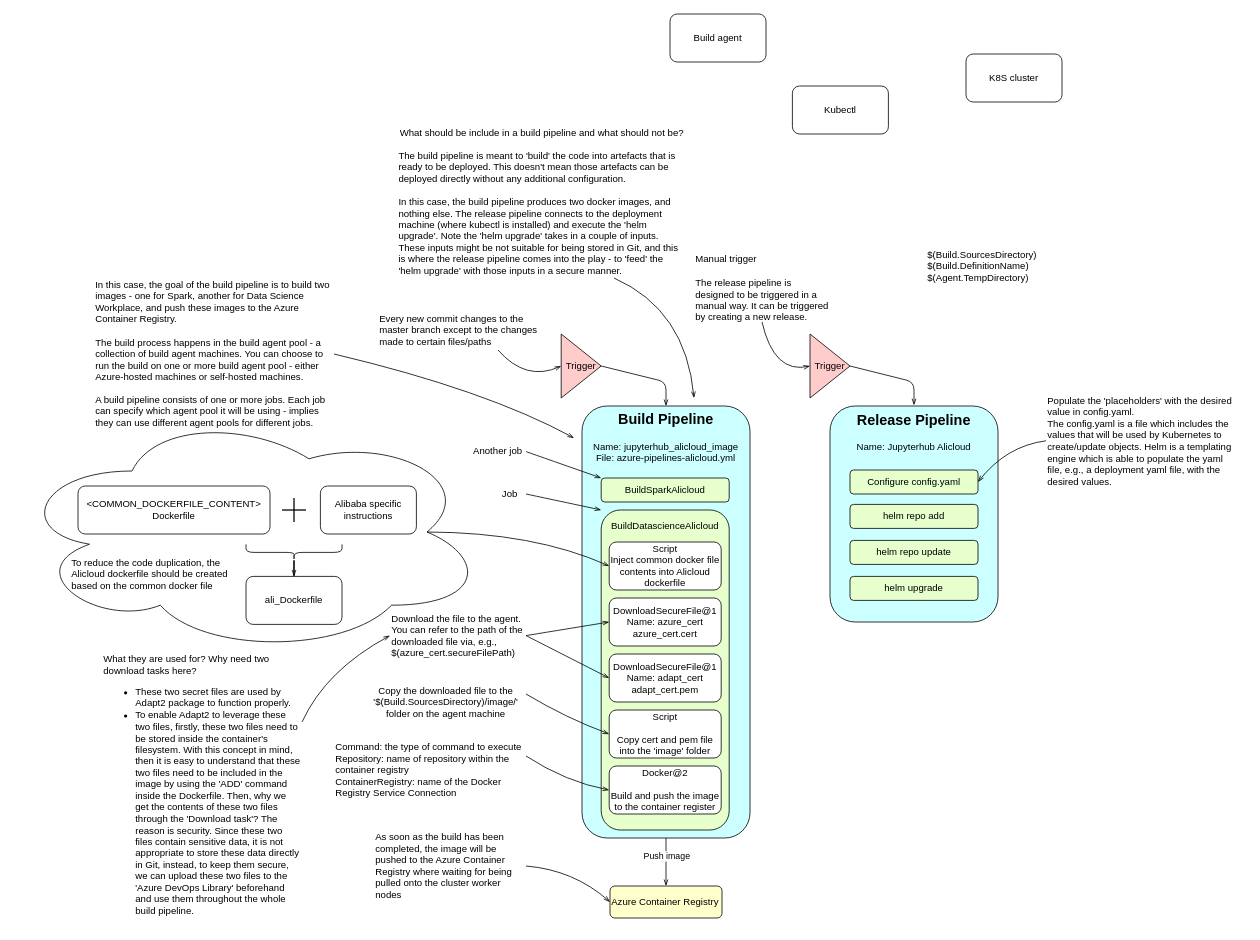
Earlier version of the draw.io diagram azuredevops.drawio (huangdgm/webstore-v2.0). Source tidied: cells renumbered, new cells numbered last; positions are measured from the earlier drawing's top-left corner, leaving out a move shared by most shapes. Both pictures are drawn from the tidied source at 80%, with x=0, y=0 at pixel (14, 14).
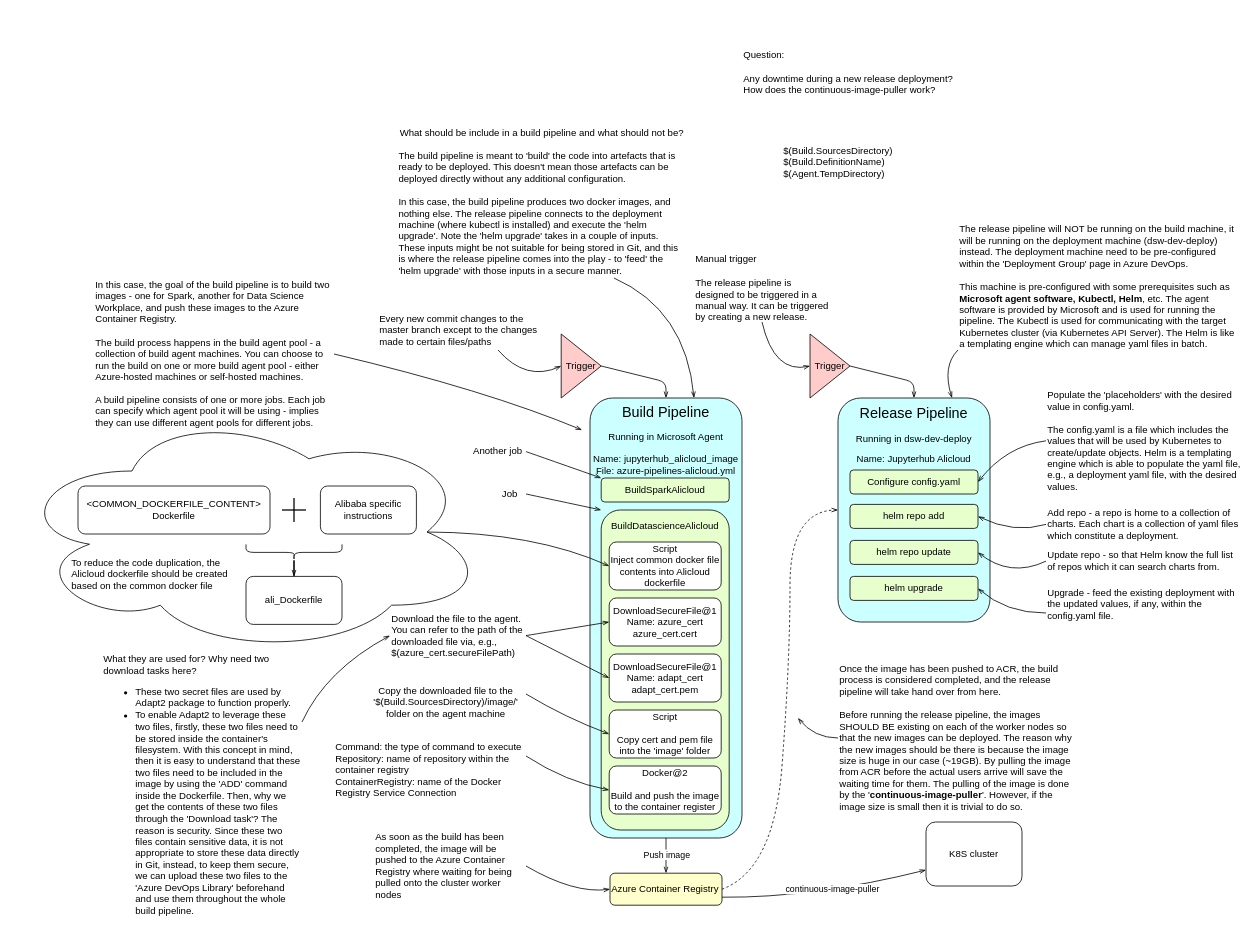
Above is the later version.

The change refers to these unchanged cells:
```xml
<mxCell id="9" style="edgeStyle=orthogonalEdgeStyle;rounded=0;jettySize=auto;html=1;endArrow=openThin;endFill=0;" parent="1" edge="1" source="11" target="18">
  <mxGeometry relative="1" as="geometry" />
</mxCell>
<mxCell id="45" value="In this case, the goal of the build pipeline is to build two images - one for Spark, another for Data Science Workplace, and push these images to the Azure Container Registry.&lt;br&gt;&lt;br&gt;The build process happens in the build agent pool - a collection of build agent machines. You can choose to run the build on one or more build agent pool - either Azure-hosted machines or self-hosted machines.&lt;br&gt;&lt;br&gt;A build pipeline consists of one or more jobs. Each job can specify which agent pool it will be using - implies they can use different agent pools for different jobs." style="text;html=1;strokeColor=none;fillColor=none;align=left;verticalAlign=middle;whiteSpace=wrap;rounded=0;" parent="1" vertex="1">
  <mxGeometry x="100" y="330" width="300" height="190" as="geometry" />
</mxCell>
<mxCell id="47" value="As soon as the build has been completed, the image will be pushed to the Azure Container Registry where waiting for being pulled onto the cluster worker nodes" style="text;html=1;strokeColor=none;fillColor=none;align=left;verticalAlign=middle;whiteSpace=wrap;rounded=0;" parent="1" vertex="1">
  <mxGeometry x="450" y="1020" width="190" height="90" as="geometry" />
</mxCell>
<mxCell id="54" value="helm repo add" style="rounded=1;whiteSpace=wrap;html=1;fillColor=#E6FFCC;" parent="1" vertex="1">
  <mxGeometry x="1045" y="613" width="160" height="30" as="geometry" />
</mxCell>
<mxCell id="55" value="helm repo update" style="rounded=1;whiteSpace=wrap;html=1;fillColor=#E6FFCC;" parent="1" vertex="1">
  <mxGeometry x="1045" y="658" width="160" height="30" as="geometry" />
</mxCell>
<mxCell id="56" value="helm upgrade" style="rounded=1;whiteSpace=wrap;html=1;fillColor=#E6FFCC;" parent="1" vertex="1">
  <mxGeometry x="1045" y="703" width="160" height="30" as="geometry" />
</mxCell>
<mxCell id="59" value="Trigger" style="triangle;whiteSpace=wrap;html=1;fillColor=#FFCCCC;" parent="1" vertex="1">
  <mxGeometry x="995" y="400" width="50" height="80" as="geometry" />
</mxCell>
```

Diff of the diagram source:
```diff
@@
     <mxCell id="10" value="Push image" style="edgeLabel;html=1;align=center;verticalAlign=middle;" parent="9" vertex="1">
       <mxGeometry x="0.24" y="1" relative="1" as="geometry">
-        <mxPoint x="-1" y="-14.1" as="offset" />
+        <mxPoint x="-1" y="-7" as="offset" />
       </mxGeometry>
     </mxCell>
     <mxCell id="11" style="rounded=1;whiteSpace=wrap;html=1;fillColor=#CCFFFF;" parent="1" vertex="1">
-      <mxGeometry x="710" y="490" width="210" height="540" as="geometry" />
+      <mxGeometry x="720" y="480" width="190" height="550" as="geometry" />
     </mxCell>
-    <mxCell id="12" value="&lt;h2&gt;Build Pipeline&lt;/h2&gt;Name: jupyterhub_alicloud_image&lt;br&gt;File:&amp;nbsp;azure-pipelines-alicloud.yml" style="text;html=1;strokeColor=none;fillColor=none;align=center;verticalAlign=middle;whiteSpace=wrap;rounded=0;" parent="1" vertex="1">
-      <mxGeometry x="720" y="507" width="190" height="30" as="geometry" />
+    <mxCell id="12" value="&lt;p&gt;&lt;font style=&quot;font-size: 18px&quot;&gt;Build Pipeline&lt;/font&gt;&lt;/p&gt;&lt;div&gt;Running in Microsoft Agent&lt;/div&gt;&lt;div&gt;&lt;br&gt;&lt;/div&gt;Name: jupyterhub_alicloud_image&lt;br&gt;File:&amp;nbsp;azure-pipelines-alicloud.yml" style="text;html=1;strokeColor=none;fillColor=none;align=center;verticalAlign=middle;whiteSpace=wrap;rounded=0;" parent="1" vertex="1">
+      <mxGeometry x="720" y="480" width="190" height="93" as="geometry" />
     </mxCell>
     <mxCell id="13" style="rounded=1;whiteSpace=wrap;html=1;fillColor=#CCFFFF;" parent="1" vertex="1">
-      <mxGeometry x="1020" y="490" width="210" height="270" as="geometry" />
+      <mxGeometry x="1030" y="480" width="190" height="280" as="geometry" />
     </mxCell>
-    <mxCell id="14" value="&lt;h2&gt;Release Pipeline&lt;/h2&gt;Name: Jupyterhub Alicloud" style="text;html=1;strokeColor=none;fillColor=none;align=center;verticalAlign=middle;whiteSpace=wrap;rounded=0;" parent="1" vertex="1">
-      <mxGeometry x="1045" y="497" width="160" height="35" as="geometry" />
+    <mxCell id="14" value="&lt;p&gt;&lt;font style=&quot;font-size: 18px&quot;&gt;Release Pipeline&lt;/font&gt;&lt;/p&gt;&lt;p&gt;&lt;font style=&quot;font-size: 12px&quot;&gt;Running in dsw-dev-deploy&lt;/font&gt;&lt;/p&gt;&lt;p&gt;Name: Jupyterhub Alicloud&lt;/p&gt;" style="text;html=1;strokeColor=none;fillColor=none;align=center;verticalAlign=middle;whiteSpace=wrap;rounded=0;" parent="1" vertex="1">
+      <mxGeometry x="1045" y="490" width="160" height="73" as="geometry" />
     </mxCell>
-    <mxCell id="15" value="Build agent" style="rounded=1;whiteSpace=wrap;html=1;" parent="1" vertex="1">
-      <mxGeometry x="820" width="120" height="60" as="geometry" />
-    </mxCell>
-    <mxCell id="16" value="K8S cluster" style="rounded=1;whiteSpace=wrap;html=1;" parent="1" vertex="1">
-      <mxGeometry x="1190" y="50" width="120" height="60" as="geometry" />
-    </mxCell>
-    <mxCell id="17" value="Kubectl" style="rounded=1;whiteSpace=wrap;html=1;" parent="1" vertex="1">
-      <mxGeometry x="973" y="90" width="120" height="60" as="geometry" />
-    </mxCell>
     <mxCell id="18" value="Azure Container Registry" style="rounded=1;whiteSpace=wrap;html=1;align=left;fillColor=#FFFFCC;" parent="1" vertex="1">
-      <mxGeometry x="745" y="1090" width="140" height="40" as="geometry" />
+      <mxGeometry x="745" y="1074" width="140" height="40" as="geometry" />
     </mxCell>
     <mxCell id="19" value="$(Build.SourcesDirectory)&lt;br&gt;$(Build.DefinitionName)&lt;br&gt;$(Agent.TempDirectory)" style="text;html=1;strokeColor=none;fillColor=none;align=left;verticalAlign=middle;whiteSpace=wrap;rounded=0;" parent="1" vertex="1">
-      <mxGeometry x="1140" y="240" width="160" height="150" as="geometry" />
+      <mxGeometry x="960" y="160" width="160" height="50" as="geometry" />
     </mxCell>
@@
     <mxCell id="46" style="curved=1;endArrow=openThin;html=1;exitX=1;exitY=0.5;exitDx=0;exitDy=0;endFill=0;" parent="1" edge="1" source="45">
       <mxGeometry relative="1" as="geometry">
-        <mxPoint x="700" y="530" as="targetPoint" />
+        <mxPoint x="710" y="520" as="targetPoint" />
         <Array as="points">
           <mxPoint x="590" y="470" />
         </Array>
       </mxGeometry>
     </mxCell>
@@
     <mxCell id="48" style="curved=1;endArrow=openThin;html=1;exitX=1;exitY=0.5;exitDx=0;exitDy=0;entryX=0;entryY=0.5;entryDx=0;entryDy=0;endFill=0;" parent="1" edge="1" source="47" target="18">
       <mxGeometry relative="1" as="geometry">
         <Array as="points">
-          <mxPoint x="700" y="1070" />
+          <mxPoint x="700" y="1100" />
         </Array>
       </mxGeometry>
     </mxCell>
@@
-    <mxCell id="57" value="Populate the 'placeholders' with the desired value in config.yaml.&lt;br&gt;The config.yaml is a file which includes the values that will be used by Kubernetes to create/update objects. Helm is a templating engine which is able to populate the yaml file, e.g., a deployment yaml file, with the desired values." style="text;html=1;strokeColor=none;fillColor=none;align=left;verticalAlign=middle;whiteSpace=wrap;rounded=0;" parent="1" vertex="1">
-      <mxGeometry x="1290" y="467" width="240" height="133" as="geometry" />
+    <mxCell id="57" value="Populate the 'placeholders' with the desired value in config.yaml.&lt;br&gt;&lt;br&gt;The config.yaml is a file which includes the values that will be used by Kubernetes to create/update objects. Helm is a templating engine which is able to populate the yaml file, e.g., a deployment yaml file, with the desired values." style="text;html=1;strokeColor=none;fillColor=none;align=left;verticalAlign=middle;whiteSpace=wrap;rounded=0;" parent="1" vertex="1">
+      <mxGeometry x="1290" y="467" width="250" height="133" as="geometry" />
     </mxCell>
@@
     <mxCell id="60" style="endArrow=openThin;html=1;exitX=1;exitY=0.5;exitDx=0;exitDy=0;endFill=0;" parent="1" edge="1" source="59">
       <mxGeometry relative="1" as="geometry">
-        <mxPoint x="1125" y="489" as="targetPoint" />
+        <mxPoint x="1125" y="480" as="targetPoint" />
         <Array as="points">
           <mxPoint x="1125" y="460" />
         </Array>
       </mxGeometry>
     </mxCell>
@@
+    <mxCell id="63" value="The release pipeline will NOT be running on the build machine, it will be running on the deployment machine (dsw-dev-deploy) instead. The deployment machine need to be pre-configured within the 'Deployment Group' page in Azure DevOps.&lt;br&gt;&lt;br&gt;This machine is pre-configured with some prerequisites such as &lt;b&gt;Microsoft agent software, Kubectl, Helm&lt;/b&gt;, etc. The agent software is provided by Microsoft and is used for running the pipeline. The Kubectl is used for communicating with the target Kubernetes cluster (via Kubernetes API Server). The Helm is like a templating engine which can manage yaml files in batch." style="text;html=1;strokeColor=none;fillColor=none;align=left;verticalAlign=middle;whiteSpace=wrap;rounded=0;" parent="1" vertex="1">
+      <mxGeometry x="1180" y="262" width="350" height="158" as="geometry" />
+    </mxCell>
+    <mxCell id="64" style="curved=1;endArrow=openThin;html=1;exitX=0;exitY=1;exitDx=0;exitDy=0;entryX=0.75;entryY=0;entryDx=0;entryDy=0;endFill=0;" parent="1" edge="1" source="63" target="13">
+      <mxGeometry relative="1" as="geometry">
+        <Array as="points">
+          <mxPoint x="1160" y="440" />
+        </Array>
+      </mxGeometry>
+    </mxCell>
+    <mxCell id="65" style="curved=1;endArrow=openThin;html=1;exitX=1;exitY=0.5;exitDx=0;exitDy=0;entryX=0;entryY=0.5;entryDx=0;entryDy=0;endFill=0;dashed=1;" parent="1" edge="1" source="18" target="13">
+      <mxGeometry relative="1" as="geometry">
+        <Array as="points">
+          <mxPoint x="950" y="1070" />
+          <mxPoint x="970" y="810" />
+          <mxPoint x="970" y="620" />
+        </Array>
+      </mxGeometry>
+    </mxCell>
+    <mxCell id="66" value="Once the image has been pushed to ACR, the build process is considered completed, and the release pipeline will take hand over from here.&lt;br&gt;&lt;br&gt;Before running the release pipeline, the images SHOULD BE existing on each of the worker nodes so that the new images can be deployed. The reason why the new images should be there is because the image size is huge in our case (~19GB). By pulling the image from ACR before the actual users arrive will save the waiting time for them. The pulling of the image is done by the '&lt;b&gt;continuous-image-puller&lt;/b&gt;'. However, if the image size is small then it is trivial to do so." style="text;html=1;strokeColor=none;fillColor=none;align=left;verticalAlign=middle;whiteSpace=wrap;rounded=0;" parent="1" vertex="1">
+      <mxGeometry x="1030" y="810" width="300" height="190" as="geometry" />
+    </mxCell>
+    <mxCell id="67" style="curved=1;endArrow=openThin;html=1;exitX=0;exitY=0.5;exitDx=0;exitDy=0;endFill=0;" parent="1" edge="1" source="66">
+      <mxGeometry relative="1" as="geometry">
+        <mxPoint x="980" y="880" as="targetPoint" />
+        <Array as="points">
+          <mxPoint x="1000" y="905" />
+        </Array>
+      </mxGeometry>
+    </mxCell>
+    <mxCell id="68" value="Add repo - a repo is home to a collection of charts. Each chart is a collection of yaml files which constitute a deployment.&amp;nbsp;" style="text;html=1;strokeColor=none;fillColor=none;align=left;verticalAlign=middle;whiteSpace=wrap;rounded=0;" parent="1" vertex="1">
+      <mxGeometry x="1290" y="612" width="250" height="52" as="geometry" />
+    </mxCell>
+    <mxCell id="69" style="endArrow=openThin;html=1;exitX=0;exitY=0.5;exitDx=0;exitDy=0;entryX=1;entryY=0.5;entryDx=0;entryDy=0;curved=1;endFill=0;" parent="1" edge="1" source="68" target="54">
+      <mxGeometry relative="1" as="geometry">
+        <Array as="points">
+          <mxPoint x="1250" y="650" />
+        </Array>
+      </mxGeometry>
+    </mxCell>
+    <mxCell id="70" value="Update repo - so that Helm know the full list of repos which it can search charts from." style="text;html=1;strokeColor=none;fillColor=none;align=left;verticalAlign=middle;whiteSpace=wrap;rounded=0;" parent="1" vertex="1">
+      <mxGeometry x="1290" y="668" width="240" height="32" as="geometry" />
+    </mxCell>
+    <mxCell id="71" style="endArrow=openThin;html=1;exitX=0;exitY=0.5;exitDx=0;exitDy=0;entryX=1;entryY=0.5;entryDx=0;entryDy=0;curved=1;endFill=0;" parent="1" edge="1" source="70" target="55">
+      <mxGeometry relative="1" as="geometry">
+        <Array as="points">
+          <mxPoint x="1245" y="705" />
+        </Array>
+      </mxGeometry>
+    </mxCell>
+    <mxCell id="72" value="Upgrade - feed the existing deployment with the updated values, if any, within the config.yaml file." style="text;html=1;strokeColor=none;fillColor=none;align=left;verticalAlign=middle;whiteSpace=wrap;rounded=0;" parent="1" vertex="1">
+      <mxGeometry x="1290" y="715" width="250" height="45" as="geometry" />
+    </mxCell>
+    <mxCell id="73" value="Question:&lt;br&gt;&lt;br&gt;Any downtime during a new release deployment?&lt;br&gt;How does the continuous-image-puller work?" style="text;html=1;strokeColor=none;fillColor=none;align=left;verticalAlign=middle;whiteSpace=wrap;rounded=0;" parent="1" vertex="1">
+      <mxGeometry x="910" y="40" width="277" height="65" as="geometry" />
+    </mxCell>
+    <mxCell id="74" style="endArrow=openThin;html=1;exitX=0;exitY=0.75;exitDx=0;exitDy=0;entryX=1;entryY=0.5;entryDx=0;entryDy=0;curved=1;endFill=0;" parent="1" edge="1" source="72" target="56">
+      <mxGeometry relative="1" as="geometry">
+        <Array as="points">
+          <mxPoint x="1240" y="749" />
+        </Array>
+      </mxGeometry>
+    </mxCell>
+    <mxCell id="16" value="K8S cluster" style="rounded=1;whiteSpace=wrap;html=1;" parent="1" vertex="1">
+      <mxGeometry x="1140" y="1010" width="120" height="80" as="geometry" />
+    </mxCell>
+    <mxCell id="75" style="curved=1;endArrow=openThin;html=1;exitX=1;exitY=0.75;exitDx=0;exitDy=0;entryX=0;entryY=0.75;entryDx=0;entryDy=0;endFill=0;" parent="1" edge="1" source="18" target="16">
+      <mxGeometry relative="1" as="geometry">
+        <Array as="points">
+          <mxPoint x="1000" y="1105" />
+        </Array>
+      </mxGeometry>
+    </mxCell>
+    <mxCell id="76" value="continuous-image-puller" style="edgeLabel;html=1;align=center;verticalAlign=middle;" parent="75" vertex="1">
+      <mxGeometry x="-0.43" y="-2" relative="1" as="geometry">
+        <mxPoint x="64" y="-13" as="offset" />
+      </mxGeometry>
+    </mxCell>
```
